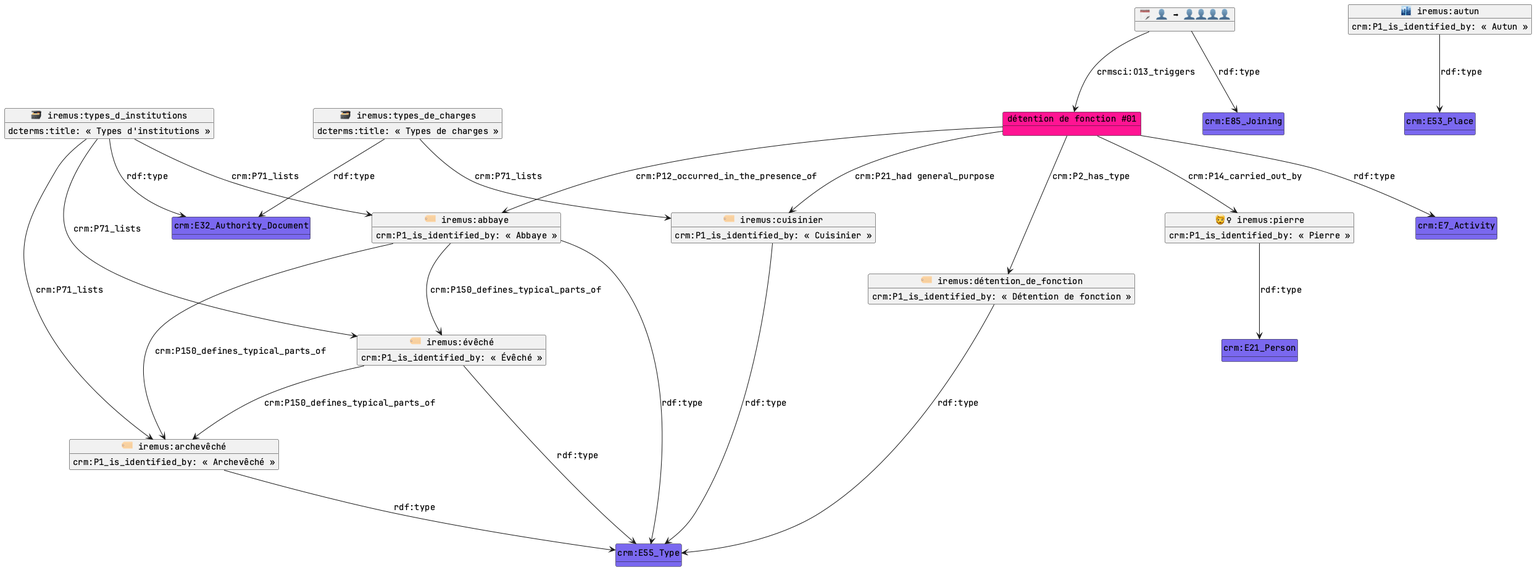
The PlantUML diagram 20260312-cm-crm/refar-institutions.png in Amleth/communications, before a commit.
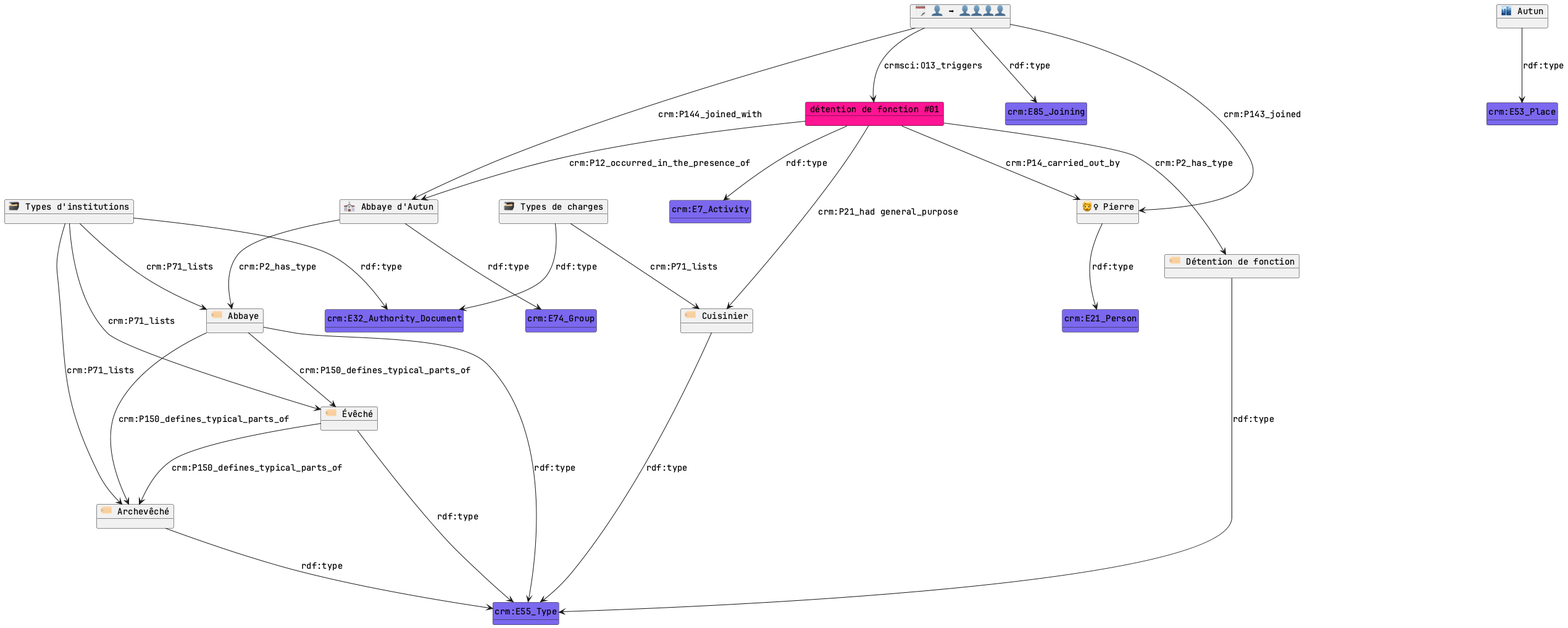
After the commit.

Diff of the diagram source:
```diff
@@ -7,43 +7,43 @@
 skinparam nodesep 100
 skinparam ranksep 100
 
-object "🗃️ iremus:types_d_institutions" as o_tdi {
-    dcterms:title: « Types d'institutions »
+object "🗃️ Types d'institutions" as o_tdi {
+
 }
 o_tdi --> "crm:E32_Authority_Document" : "rdf:type"
 
-object "🗃️ iremus:types_de_charges" as o_tdf {
-    dcterms:title: « Types de charges »
+object "🗃️ Types de charges" as o_tdf {
+
 }
 o_tdf --> "crm:E32_Authority_Document" : "rdf:type"
 
-object "🏙️ iremus:autun" as o_aut {
-    crm:P1_is_identified_by: « Autun »
+object "🏙️ Autun" as o_aut {
+
 }
 o_aut --> "crm:E53_Place" : "rdf:type"
 
-object "🏷️ iremus:archevêché" as o_arc  {
-    crm:P1_is_identified_by: « Archevêché »
+object "🏷️ Archevêché" as o_arc  {
+
 }
 o_arc --> "crm:E55_Type" : "rdf:type"
 
-object "🏷️ iremus:évêché" as o_eve  {
-    crm:P1_is_identified_by: « Évêché »
+object "🏷️ Évêché" as o_eve  {
+
 }
 o_eve --> "crm:E55_Type" : "rdf:type"
 
-object "🏷️ iremus:abbaye" as o_abb  {
-    crm:P1_is_identified_by: « Abbaye »
+object "🏷️ Abbaye" as o_abb  {
+
 }
 o_abb --> "crm:E55_Type" : "rdf:type"
 
-object "🏷️ iremus:détention_de_fonction" as o_det  {
-    crm:P1_is_identified_by: « Détention de fonction »
+object "🏷️ Détention de fonction" as o_det  {
+
 }
 o_det --> "crm:E55_Type" : "rdf:type"
 
-object "🧔‍♀️ iremus:pierre" as o_e21 {
-    crm:P1_is_identified_by: « Pierre »
+object "🧔‍♀️ Pierre" as o_e21 {
+
 }
 o_e21 --> "crm:E21_Person" : "rdf:type"
 
@@ -52,8 +52,8 @@
 }
 o_e7 --> "crm:E7_Activity" : "rdf:type"
 
-object "🏷️ iremus:cuisinier" as o_cui {
-    crm:P1_is_identified_by: « Cuisinier »
+object "🏷️ Cuisinier" as o_cui {
+
 }
 o_cui --> "crm:E55_Type" : "rdf:type"
 
@@ -62,11 +62,17 @@
 }
 o_e85 --> "crm:E85_Joining" : "rdf:type"
 
+object "⛪ Abbaye d'Autun" as o_e74 {
+
+}
+o_e74 --> "crm:E74_Group" : "rdf:type"
+
 class crm:E7_Activity #MediumSlateBlue {}
 class crm:E32_Authority_Document #MediumSlateBlue {}
 class crm:E21_Person #MediumSlateBlue {}
 class crm:E53_Place #MediumSlateBlue {}
 class crm:E55_Type #MediumSlateBlue {}
+class crm:E74_Group #MediumSlateBlue {}
 class crm:E85_Joining #MediumSlateBlue {}
 
 o_tdi --> o_arc : "crm:P71_lists"
@@ -80,8 +86,11 @@
 
 o_e7 --> o_det : "crm:P2_has_type"
 o_e7 --> o_e21 : "crm:P14_carried_out_by"
-o_e7 --> o_abb : "crm:P12_occurred_in_the_presence_of"
+o_e7 --> o_e74 : "crm:P12_occurred_in_the_presence_of"
 o_e7 --> o_cui : "crm:P21_had general_purpose"
 o_e85 --> o_e7 : "crmsci:O13_triggers"
+o_e85 --> o_e21 : "crm:P143_joined"
+o_e85 --> o_e74 : "crm:P144_joined_with"
+o_e74 --> o_abb : "crm:P2_has_type"
 
 @enduml
```
